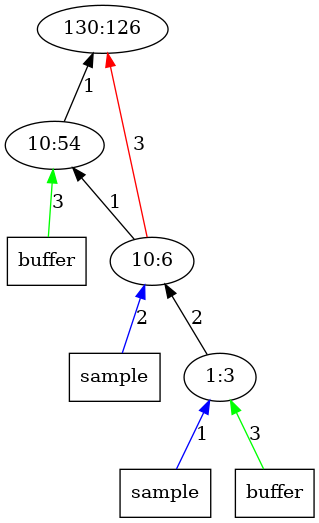
This is outputImages/op126.png.png from AbhikKhan/MTP_IITG, a Graphviz export, as it was before one commit. Its source is kept beside it as outputTrees/op126.dot.
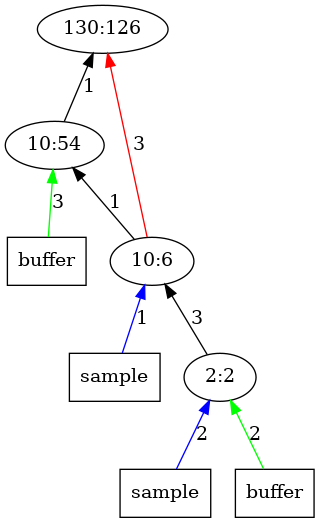
After the commit.

The edit, as a diff of the source:
```diff
@@ -7,13 +7,13 @@
 	2 [label = "10:54"];
 	3 -> 2 [label = "1", color = "black"];
 	3 -> 1 [label = "3", color = "red"];
-	x31 -> 3 [label = "2", color = "blue"];
+	x31 -> 3 [label = "1", color = "blue"];
 	x31 [label = "sample", shape = "box"];
 	3 [label = "10:6"];
-	4 -> 3 [label = "2", color = "black"];
-	x41 -> 4 [label = "1", color = "blue"];
+	4 -> 3 [label = "3", color = "black"];
+	x41 -> 4 [label = "2", color = "blue"];
 	x41 [label = "sample", shape = "box"];
-	x42 -> 4 [label = "3", color = "green"];
+	x42 -> 4 [label = "2", color = "green"];
 	x42 [label = "buffer", shape = "box"];
-	4 [label = "1:3"];
+	4 [label = "2:2"];
 }
```
